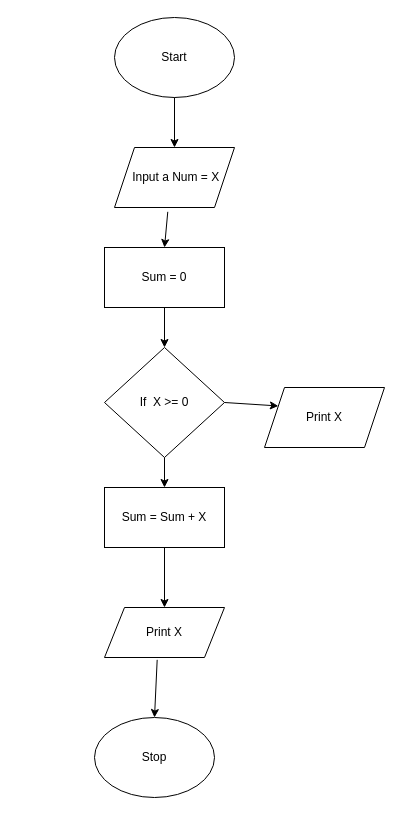
The draw.io diagram Calculate a running sum.drawio in Abyz-lab/Map-your-Mind, before the edit. Source tidied: cells renumbered, new cells numbered last; positions are measured from the earlier drawing's top-left corner, leaving out a move shared by most shapes. Both pictures are drawn from the tidied source at 100%, with x=0, y=0 at pixel (94, 17).
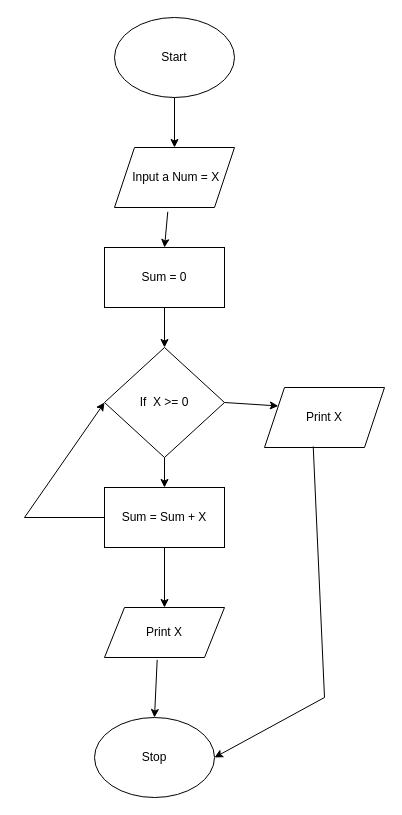
Above is the later version.

Unchanged cells that the change refers to:
```xml
<mxCell id="7" value="If&amp;nbsp; X &amp;gt;= 0" style="rhombus;whiteSpace=wrap;html=1;" parent="1" vertex="1">
  <mxGeometry x="10" y="330" width="120" height="110" as="geometry" />
</mxCell>
<mxCell id="10" value="Print X" style="shape=parallelogram;perimeter=parallelogramPerimeter;whiteSpace=wrap;html=1;fixedSize=1;" parent="1" vertex="1">
  <mxGeometry x="170" y="370" width="120" height="60" as="geometry" />
</mxCell>
<mxCell id="12" value="Sum = Sum + X" style="rounded=0;whiteSpace=wrap;html=1;" parent="1" vertex="1">
  <mxGeometry x="10" y="470" width="120" height="60" as="geometry" />
</mxCell>
<mxCell id="16" value="Stop" style="ellipse;whiteSpace=wrap;html=1;" parent="1" vertex="1">
  <mxGeometry y="700" width="120" height="80" as="geometry" />
</mxCell>
```

What changed in the source:
```diff
@@
+    <mxCell id="17" style="endArrow=classic;html=1;rounded=0;exitX=0;exitY=0.5;exitDx=0;exitDy=0;entryX=0;entryY=0.5;entryDx=0;entryDy=0;" parent="1" edge="1" source="12" target="7">
+      <mxGeometry relative="1" as="geometry">
+        <Array as="points">
+          <mxPoint x="-70" y="500" />
+        </Array>
+      </mxGeometry>
+    </mxCell>
+    <mxCell id="18" style="endArrow=classic;html=1;rounded=0;exitX=0.406;exitY=0.983;exitDx=0;exitDy=0;exitPerimeter=0;entryX=1;entryY=0.5;entryDx=0;entryDy=0;" parent="1" edge="1" source="10" target="16">
+      <mxGeometry relative="1" as="geometry">
+        <Array as="points">
+          <mxPoint x="230" y="680" />
+        </Array>
+      </mxGeometry>
+    </mxCell>
```
